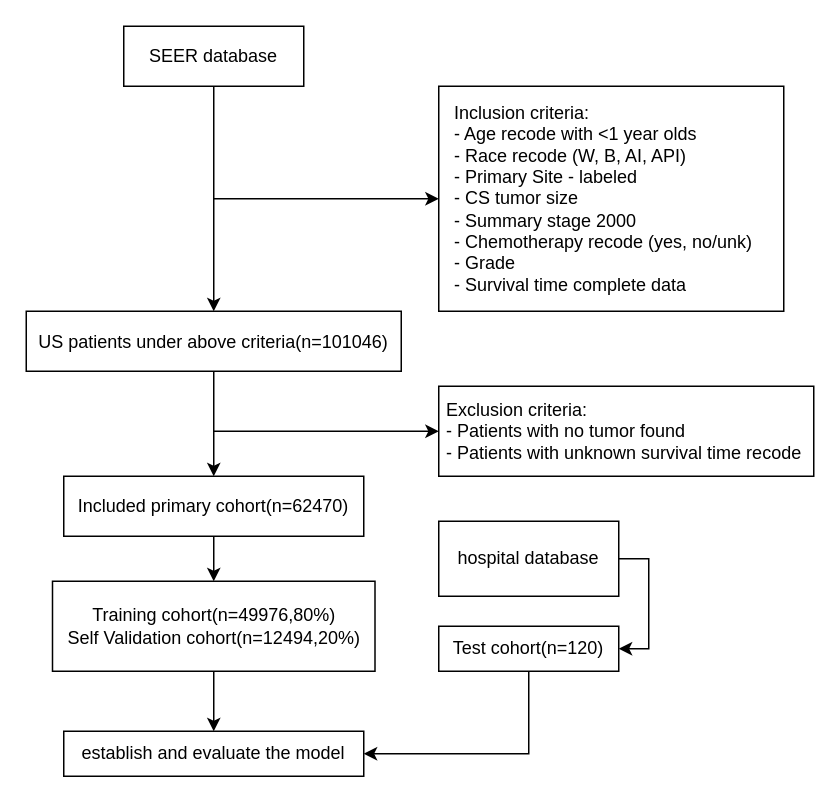
Above: paper_database.drawio in akhialomgir/drawio (draw.io), before the change. Source tidied: cells renumbered, new cells numbered last; positions are measured from the earlier drawing's top-left corner, leaving out a move shared by most shapes. Both pictures are drawn from the tidied source at 150%, with x=0, y=0 at pixel (26, 26).
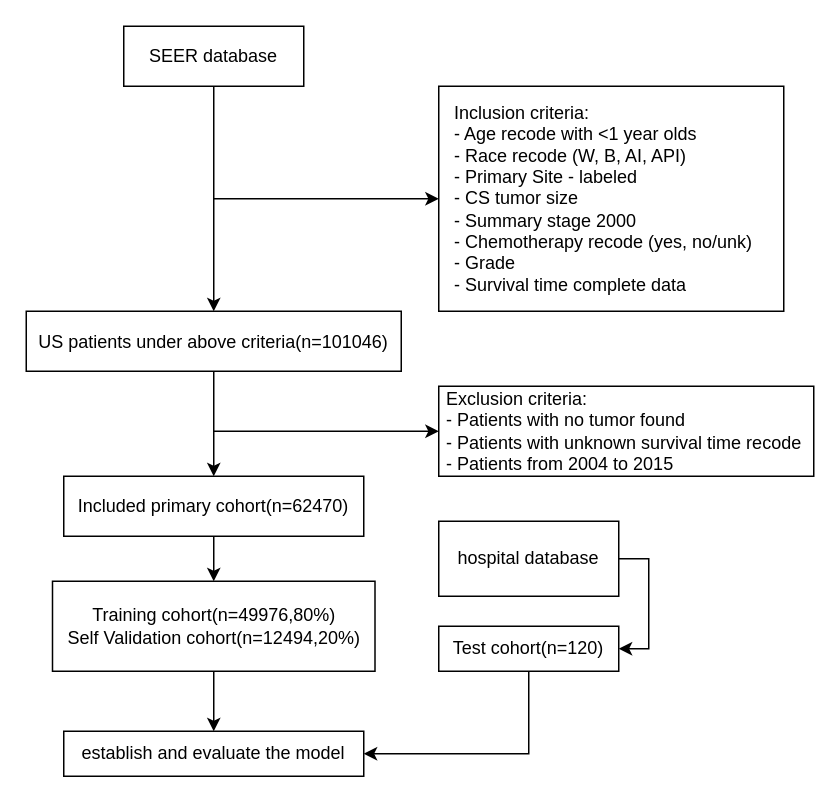
The same diagram, later.

Change to the diagram source:
```diff
@@
-    <mxCell id="15" value="&lt;div align=&quot;left&quot;&gt;&amp;nbsp;Exclusion criteria:&lt;br&gt;&amp;nbsp;- Patients with no tumor found&lt;br&gt;&amp;nbsp;- Patients with unknown survival time recode&lt;/div&gt;" style="rounded=0;whiteSpace=wrap;html=1;align=left;" parent="1" vertex="1">
+    <mxCell id="15" value="&lt;div align=&quot;left&quot;&gt;&amp;nbsp;Exclusion criteria:&lt;br&gt;&amp;nbsp;- Patients with no tumor found&lt;br&gt;&amp;nbsp;- Patients with unknown survival time recode&lt;/div&gt;&lt;div&gt;&amp;nbsp;- Patients from 2004 to 2015&lt;br&gt;&lt;/div&gt;" style="rounded=0;whiteSpace=wrap;html=1;align=left;" parent="1" vertex="1">
       <mxGeometry x="275" y="240" width="250" height="60" as="geometry" />
     </mxCell>
```
